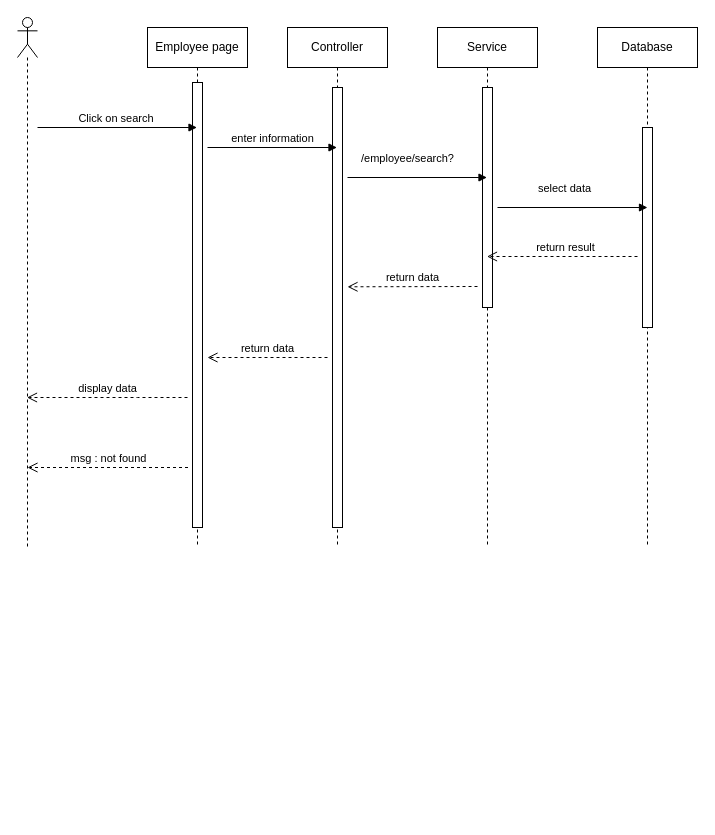
Earlier version of the draw.io diagram page "Page-36" (36 of 39) of Untitled Diagram.drawio (sachvo/CuteXT). Source tidied: cells renumbered, new cells numbered last; positions are measured from the earlier drawing's top-left corner, leaving out a move shared by most shapes. Both pictures are drawn from the tidied source at 100%, with x=0, y=0 at pixel (17, 17).
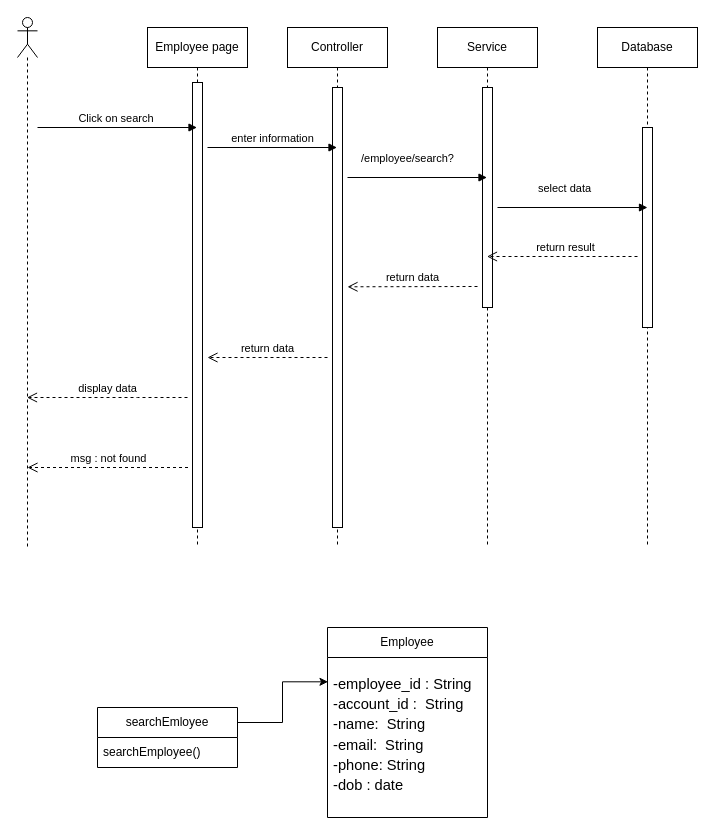
The same page after the edit.

Diff of the diagram source:
```diff
@@
+    <mxCell id="20" value="searchEmloyee" style="swimlane;fontStyle=0;horizontal=1;startSize=30;whiteSpace=wrap;html=1;" parent="1" vertex="1">
+      <mxGeometry x="80" y="690" width="140" height="60" as="geometry" />
+    </mxCell>
+    <mxCell id="21" value="searchEmployee()" style="text;strokeColor=none;fillColor=none;align=left;verticalAlign=middle;spacingLeft=4;spacingRight=4;overflow=hidden;whiteSpace=wrap;html=1;" parent="20" vertex="1">
+      <mxGeometry y="30" width="140" height="30" as="geometry" />
+    </mxCell>
+    <mxCell id="22" value="Employee" style="swimlane;fontStyle=0;horizontal=1;startSize=30;whiteSpace=wrap;html=1;" parent="1" vertex="1">
+      <mxGeometry x="310" y="610" width="160" height="190" as="geometry" />
+    </mxCell>
+    <mxCell id="23" value="&lt;br&gt;&lt;div&gt;&lt;span id=&quot;docs-internal-guid-746b566e-7fff-7bd6-f465-057e87a7a443&quot;&gt;&lt;p style=&quot;line-height: 1.38; margin-top: 0pt; margin-bottom: 0pt;&quot; dir=&quot;ltr&quot;&gt;&lt;span style=&quot;font-size: 11pt; font-family: Arial, sans-serif; background-color: transparent; font-variant-numeric: normal; font-variant-east-asian: normal; font-variant-alternates: normal; font-variant-position: normal; vertical-align: baseline;&quot;&gt;-employee_id : String&amp;nbsp;&lt;/span&gt;&lt;/p&gt;&lt;p style=&quot;line-height: 1.38; margin-top: 0pt; margin-bottom: 0pt;&quot; dir=&quot;ltr&quot;&gt;&lt;span style=&quot;font-size: 11pt; font-family: Arial, sans-serif; background-color: transparent; font-variant-numeric: normal; font-variant-east-asian: normal; font-variant-alternates: normal; font-variant-position: normal; vertical-align: baseline;&quot;&gt;-account_id :&amp;nbsp; String&lt;/span&gt;&lt;/p&gt;&lt;p style=&quot;line-height: 1.38; margin-top: 0pt; margin-bottom: 0pt;&quot; dir=&quot;ltr&quot;&gt;&lt;span style=&quot;font-size: 11pt; font-family: Arial, sans-serif; background-color: transparent; font-variant-numeric: normal; font-variant-east-asian: normal; font-variant-alternates: normal; font-variant-position: normal; vertical-align: baseline;&quot;&gt;-name:&amp;nbsp; String&lt;/span&gt;&lt;/p&gt;&lt;p style=&quot;line-height: 1.38; margin-top: 0pt; margin-bottom: 0pt;&quot; dir=&quot;ltr&quot;&gt;&lt;span style=&quot;font-size: 11pt; font-family: Arial, sans-serif; background-color: transparent; font-variant-numeric: normal; font-variant-east-asian: normal; font-variant-alternates: normal; font-variant-position: normal; vertical-align: baseline;&quot;&gt;-email:&amp;nbsp; String&lt;/span&gt;&lt;/p&gt;&lt;p style=&quot;line-height: 1.38; margin-top: 0pt; margin-bottom: 0pt;&quot; dir=&quot;ltr&quot;&gt;&lt;span style=&quot;font-size: 11pt; font-family: Arial, sans-serif; background-color: transparent; font-variant-numeric: normal; font-variant-east-asian: normal; font-variant-alternates: normal; font-variant-position: normal; vertical-align: baseline;&quot;&gt;-phone: String&lt;/span&gt;&lt;/p&gt;&lt;p style=&quot;line-height: 1.38; margin-top: 0pt; margin-bottom: 0pt;&quot; dir=&quot;ltr&quot;&gt;&lt;span style=&quot;font-size: 11pt; font-family: Arial, sans-serif; background-color: transparent; font-variant-numeric: normal; font-variant-east-asian: normal; font-variant-alternates: normal; font-variant-position: normal; vertical-align: baseline;&quot;&gt;-dob : date&lt;/span&gt;&lt;/p&gt;&lt;/span&gt;&lt;br class=&quot;Apple-interchange-newline&quot;&gt;&lt;div&gt;&lt;br&gt;&lt;/div&gt;&lt;/div&gt;" style="text;strokeColor=none;fillColor=none;align=left;verticalAlign=middle;spacingLeft=4;spacingRight=4;overflow=hidden;points=[[0,0.5],[1,0.5]];portConstraint=eastwest;whiteSpace=wrap;html=1;" parent="22" vertex="1">
+      <mxGeometry y="30" width="160" height="160" as="geometry" />
+    </mxCell>
+    <mxCell id="24" style="edgeStyle=orthogonalEdgeStyle;rounded=0;jettySize=auto;html=1;entryX=0.003;entryY=0.152;entryDx=0;entryDy=0;entryPerimeter=0;exitX=1;exitY=0.25;exitDx=0;exitDy=0;" parent="1" edge="1" source="20" target="23">
+      <mxGeometry relative="1" as="geometry" />
+    </mxCell>
```
